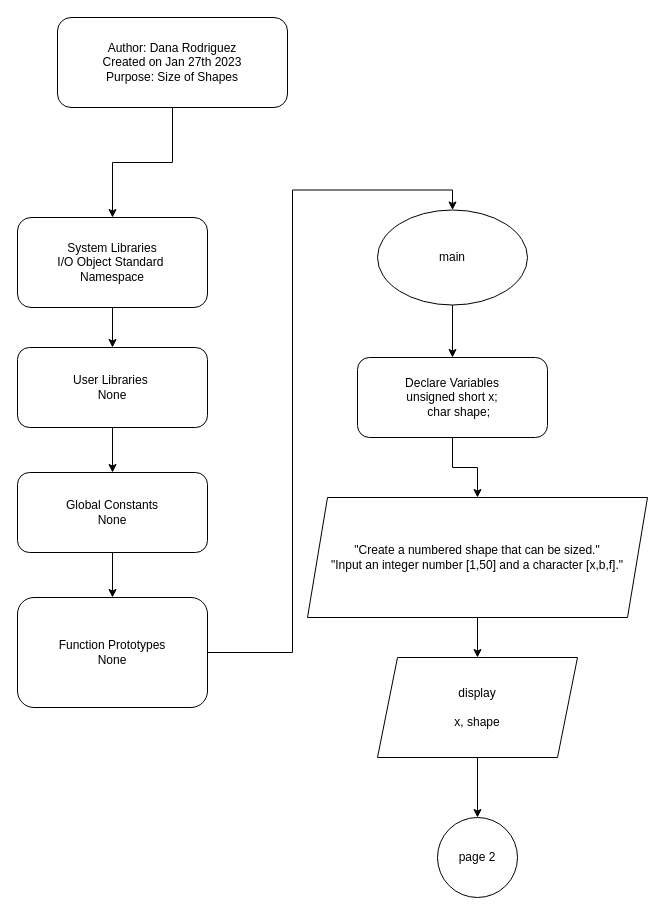
danakatheri/2023_winter_cis5 keeps this draw.io diagram as page "Page-1" (1 of 4) of hw/Untitled Diagram.drawio. Above is the earlier version. Source tidied: cells renumbered, new cells numbered last; positions are measured from the earlier drawing's top-left corner, leaving out a move shared by most shapes. Both pictures are drawn from the tidied source at 100%, with x=0, y=0 at pixel (17, 17).
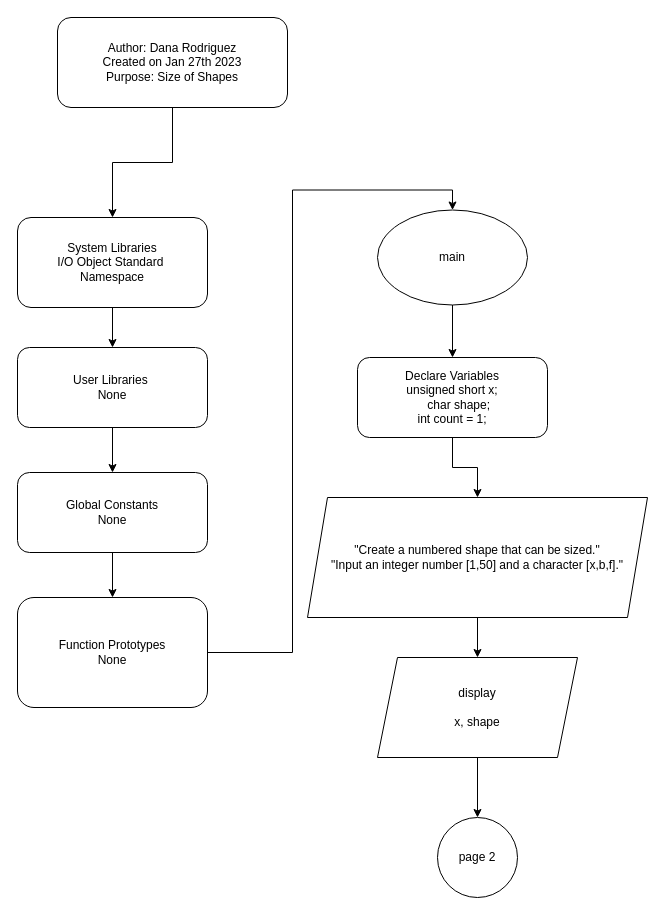
The same page after the edit.

Diff of the diagram source:
```diff
@@
-    <mxCell id="15" value="Declare Variables&lt;br&gt;&lt;div&gt;unsigned short x;&lt;/div&gt;&lt;div&gt;&amp;nbsp; &amp;nbsp; char shape;&lt;/div&gt;" style="rounded=1;whiteSpace=wrap;html=1;" parent="1" vertex="1">
+    <mxCell id="15" value="Declare Variables&lt;br&gt;&lt;div&gt;unsigned short x;&lt;/div&gt;&lt;div&gt;&amp;nbsp; &amp;nbsp; char shape;&lt;/div&gt;&lt;div&gt;int count = 1;&lt;br&gt;&lt;/div&gt;" style="rounded=1;whiteSpace=wrap;html=1;" parent="1" vertex="1">
       <mxGeometry x="340" y="340" width="190" height="80" as="geometry" />
     </mxCell>
```
